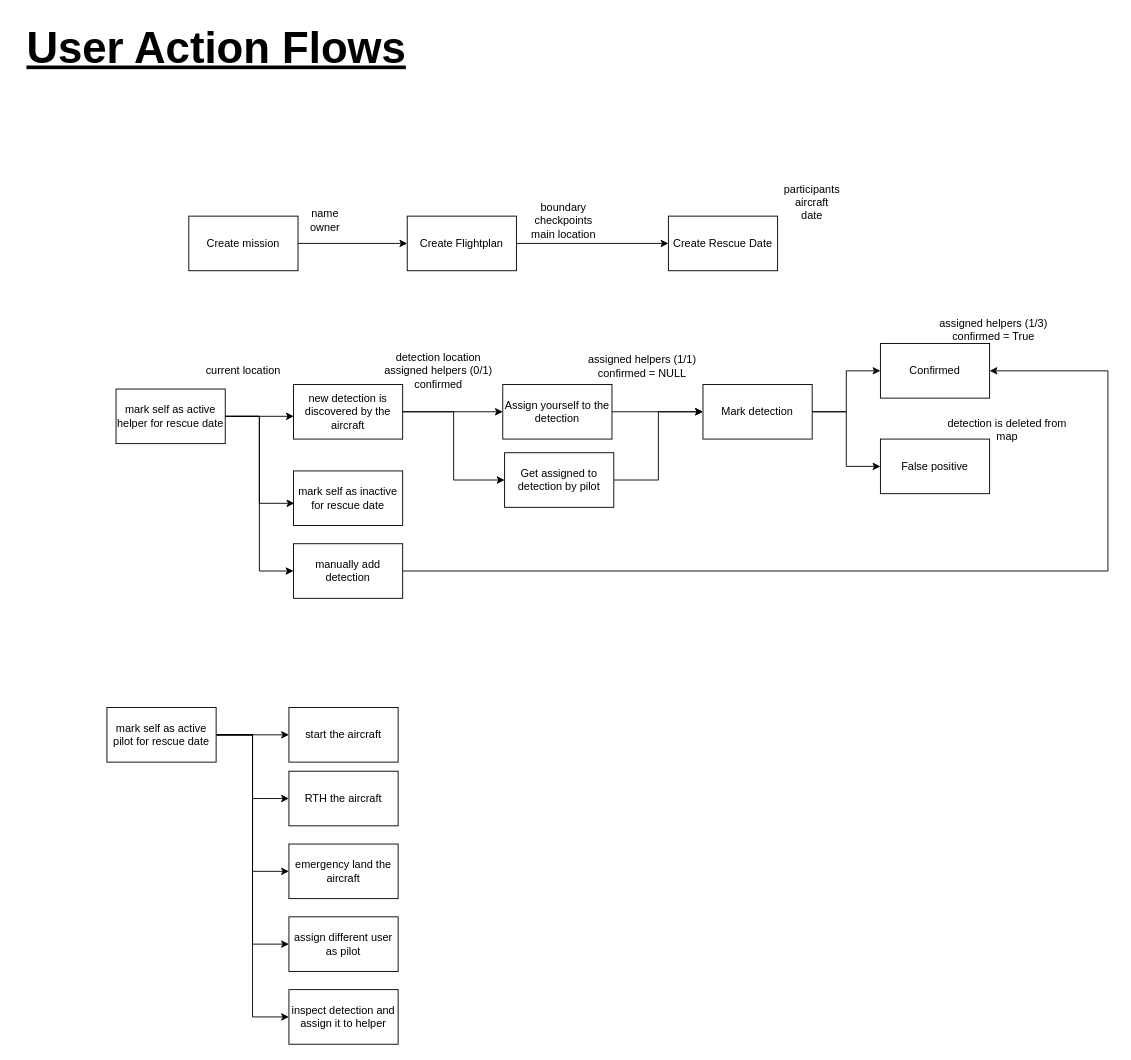
The draw.io diagram UserActions.drawio in FawnRescue/planning, before the edit. Source tidied: cells renumbered, new cells numbered last; positions are measured from the earlier drawing's top-left corner, leaving out a move shared by most shapes. Both pictures are drawn from the tidied source at 91%, with x=0, y=0 at pixel (15, 15).
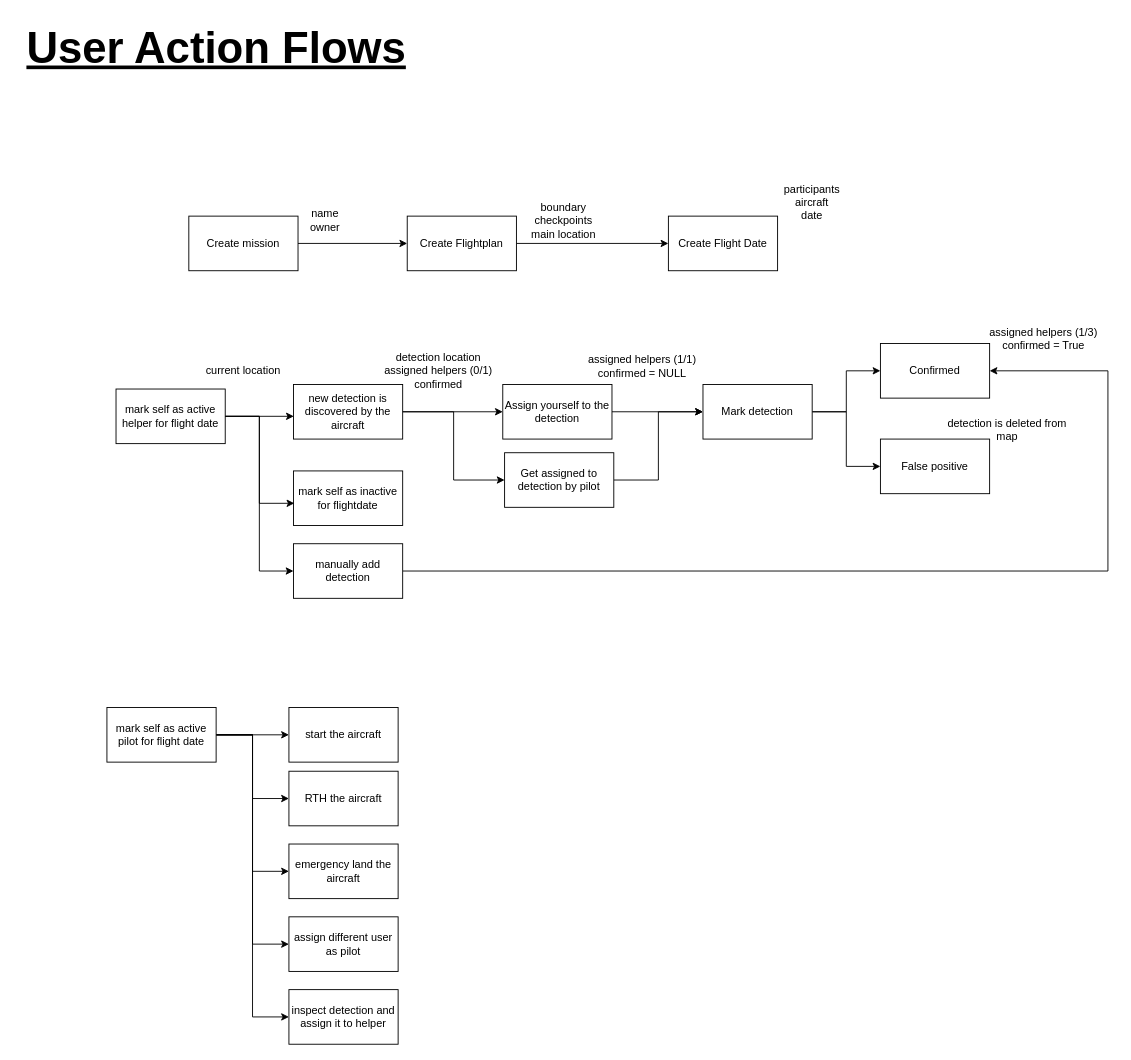
The same diagram, later.

Change to the diagram source:
```diff
@@
-    <mxCell id="8" value="Create Rescue Date" style="rounded=0;whiteSpace=wrap;html=1;" parent="1" vertex="1">
+    <mxCell id="8" value="Create Flight Date" style="rounded=0;whiteSpace=wrap;html=1;" parent="1" vertex="1">
       <mxGeometry x="717" y="220" width="120" height="60" as="geometry" />
     </mxCell>
@@
-    <mxCell id="11" value="&lt;div&gt;mark self as active helper for rescue date&lt;br&gt;&lt;/div&gt;" style="rounded=0;whiteSpace=wrap;html=1;" parent="1" vertex="1">
+    <mxCell id="11" value="&lt;div&gt;mark self as active helper for flight date&lt;br&gt;&lt;/div&gt;" style="rounded=0;whiteSpace=wrap;html=1;" parent="1" vertex="1">
       <mxGeometry x="110" y="410" width="120" height="60" as="geometry" />
     </mxCell>
@@
-    <mxCell id="20" value="&lt;div&gt;mark self as inactive for rescue date&lt;br&gt;&lt;/div&gt;" style="rounded=0;whiteSpace=wrap;html=1;" parent="1" vertex="1">
+    <mxCell id="20" value="&lt;div&gt;mark self as inactive for flightdate&lt;br&gt;&lt;/div&gt;" style="rounded=0;whiteSpace=wrap;html=1;" parent="1" vertex="1">
       <mxGeometry x="305" y="500" width="120" height="60" as="geometry" />
     </mxCell>
@@
     <mxCell id="25" value="&lt;div&gt;assigned helpers (1/3)&lt;/div&gt;&lt;div&gt;confirmed = True&lt;br&gt;&lt;/div&gt;" style="text;html=1;strokeColor=none;fillColor=none;align=center;verticalAlign=middle;whiteSpace=wrap;rounded=0;" parent="1" vertex="1">
-      <mxGeometry x="995" y="330" width="159" height="30" as="geometry" />
+      <mxGeometry x="1050" y="340" width="159" height="30" as="geometry" />
     </mxCell>
@@
-    <mxCell id="37" value="&lt;div&gt;mark self as active pilot for rescue date&lt;br&gt;&lt;/div&gt;" style="rounded=0;whiteSpace=wrap;html=1;" parent="1" vertex="1">
+    <mxCell id="37" value="&lt;div&gt;mark self as active pilot for flight date&lt;br&gt;&lt;/div&gt;" style="rounded=0;whiteSpace=wrap;html=1;" parent="1" vertex="1">
       <mxGeometry x="100" y="760" width="120" height="60" as="geometry" />
     </mxCell>
```
